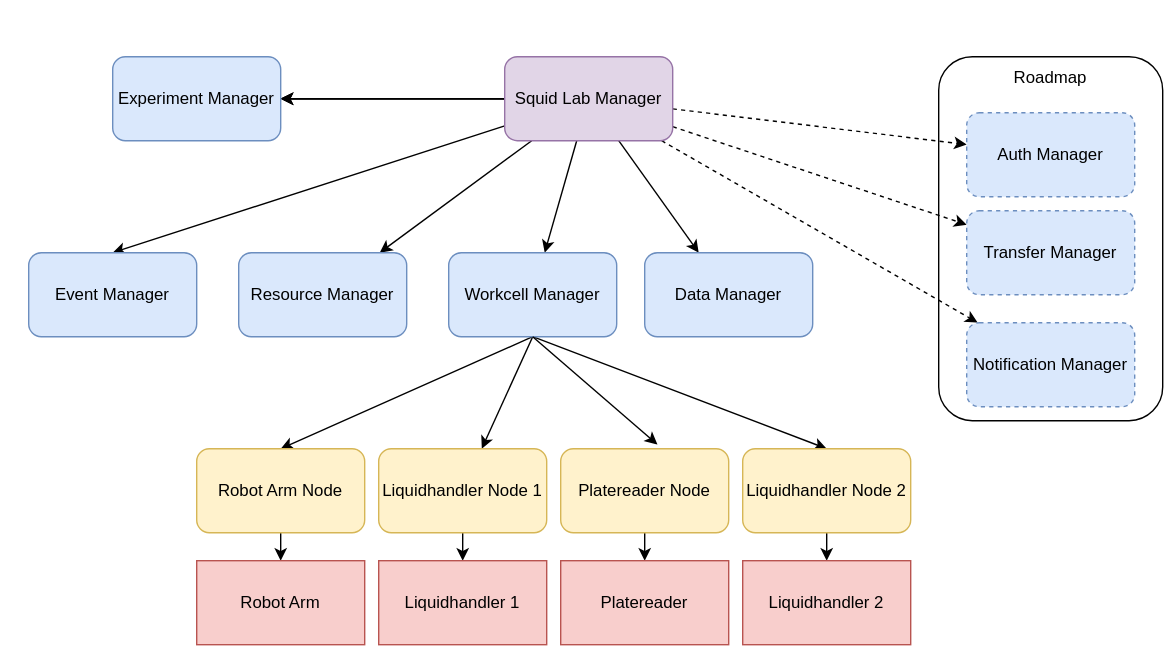
Earlier version of the draw.io export assets/drawio/madsci_architecture.drawio.svg (AD-SDL/MADSci). Source tidied: cells renumbered, new cells last; positions are measured from the earlier drawing's top-left corner, leaving out a move shared by most shapes.
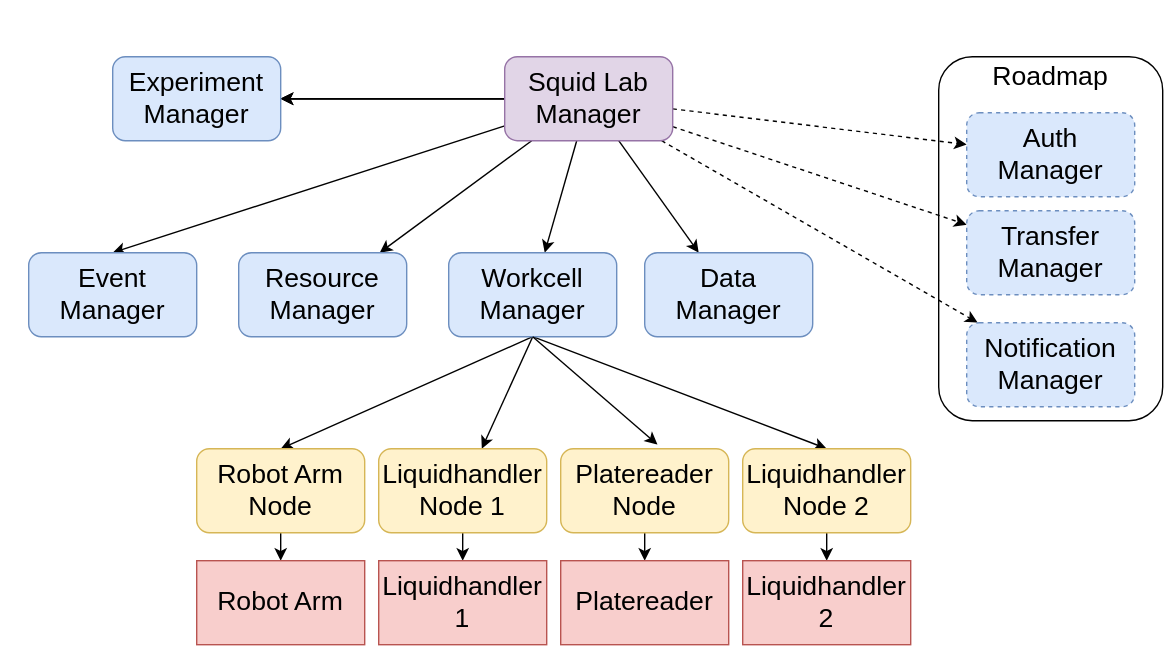
Above is the later version.

What changed in the source:
```diff
@@ -5,115 +5,115 @@
     <mxCell id="2" style="rounded=1;whiteSpace=wrap;html=1;strokeColor=none;" parent="1" vertex="1">
       <mxGeometry width="840" height="480" as="geometry" />
     </mxCell>
-    <mxCell id="3" style="rounded=1;whiteSpace=wrap;html=1;" parent="1" vertex="1">
+    <mxCell id="3" style="rounded=1;whiteSpace=wrap;html=1;fontSize=19;" parent="1" vertex="1">
       <mxGeometry x="670" y="40" width="160" height="260" as="geometry" />
     </mxCell>
-    <mxCell id="4" style="edgeStyle=none;html=1;" parent="1" edge="1" source="14" target="18">
+    <mxCell id="4" style="edgeStyle=none;html=1;fontSize=19;" parent="1" edge="1" source="14" target="18">
       <mxGeometry relative="1" as="geometry" />
     </mxCell>
-    <mxCell id="5" style="edgeStyle=none;html=1;" parent="1" edge="1" source="14" target="19">
+    <mxCell id="5" style="edgeStyle=none;html=1;fontSize=19;" parent="1" edge="1" source="14" target="19">
       <mxGeometry relative="1" as="geometry" />
     </mxCell>
-    <mxCell id="6" style="edgeStyle=none;html=1;" parent="1" edge="1" source="14" target="19">
+    <mxCell id="6" style="edgeStyle=none;html=1;fontSize=19;" parent="1" edge="1" source="14" target="19">
       <mxGeometry relative="1" as="geometry" />
     </mxCell>
-    <mxCell id="7" style="edgeStyle=none;html=1;" parent="1" edge="1" source="14" target="19">
+    <mxCell id="7" style="edgeStyle=none;html=1;fontSize=19;" parent="1" edge="1" source="14" target="19">
       <mxGeometry relative="1" as="geometry" />
     </mxCell>
-    <mxCell id="8" style="edgeStyle=none;html=1;" parent="1" edge="1" source="14" target="20">
+    <mxCell id="8" style="edgeStyle=none;html=1;fontSize=19;" parent="1" edge="1" source="14" target="20">
       <mxGeometry relative="1" as="geometry" />
     </mxCell>
-    <mxCell id="9" style="edgeStyle=none;html=1;entryX=0.5;entryY=0;entryDx=0;entryDy=0;" parent="1" edge="1" source="14" target="21">
+    <mxCell id="9" style="edgeStyle=none;html=1;entryX=0.5;entryY=0;entryDx=0;entryDy=0;fontSize=19;" parent="1" edge="1" source="14" target="21">
       <mxGeometry relative="1" as="geometry" />
     </mxCell>
-    <mxCell id="10" style="edgeStyle=none;html=1;dashed=1;" parent="1" edge="1" source="14" target="22">
+    <mxCell id="10" style="edgeStyle=none;html=1;dashed=1;fontSize=19;" parent="1" edge="1" source="14" target="22">
       <mxGeometry relative="1" as="geometry" />
     </mxCell>
-    <mxCell id="11" style="edgeStyle=none;html=1;dashed=1;" parent="1" edge="1" source="14" target="23">
+    <mxCell id="11" style="edgeStyle=none;html=1;dashed=1;fontSize=19;" parent="1" edge="1" source="14" target="23">
       <mxGeometry relative="1" as="geometry" />
     </mxCell>
-    <mxCell id="12" style="edgeStyle=none;html=1;dashed=1;" parent="1" edge="1" source="14" target="24">
+    <mxCell id="12" style="edgeStyle=none;html=1;dashed=1;fontSize=19;" parent="1" edge="1" source="14" target="24">
       <mxGeometry relative="1" as="geometry" />
     </mxCell>
-    <mxCell id="13" style="edgeStyle=none;html=1;" parent="1" edge="1" source="14" target="26">
+    <mxCell id="13" style="edgeStyle=none;html=1;fontSize=19;" parent="1" edge="1" source="14" target="26">
       <mxGeometry relative="1" as="geometry" />
     </mxCell>
-    <mxCell id="14" value="Squid Lab Manager" style="rounded=1;whiteSpace=wrap;html=1;fillColor=#e1d5e7;strokeColor=#9673a6;" parent="1" vertex="1">
+    <mxCell id="14" value="Squid Lab Manager" style="rounded=1;whiteSpace=wrap;html=1;fillColor=#e1d5e7;strokeColor=#9673a6;fontSize=19;" parent="1" vertex="1">
       <mxGeometry x="360" y="40" width="120" height="60" as="geometry" />
     </mxCell>
-    <mxCell id="15" style="edgeStyle=none;html=1;exitX=0.5;exitY=1;exitDx=0;exitDy=0;entryX=0.5;entryY=0;entryDx=0;entryDy=0;" parent="1" edge="1" source="18" target="28">
+    <mxCell id="15" style="edgeStyle=none;html=1;exitX=0.5;exitY=1;exitDx=0;exitDy=0;entryX=0.5;entryY=0;entryDx=0;entryDy=0;fontSize=19;" parent="1" edge="1" source="18" target="28">
       <mxGeometry relative="1" as="geometry" />
     </mxCell>
-    <mxCell id="16" style="edgeStyle=none;html=1;exitX=0.5;exitY=1;exitDx=0;exitDy=0;" parent="1" edge="1" source="18" target="30">
+    <mxCell id="16" style="edgeStyle=none;html=1;exitX=0.5;exitY=1;exitDx=0;exitDy=0;fontSize=19;" parent="1" edge="1" source="18" target="30">
       <mxGeometry relative="1" as="geometry" />
     </mxCell>
-    <mxCell id="17" style="edgeStyle=none;html=1;exitX=0.5;exitY=1;exitDx=0;exitDy=0;entryX=0.5;entryY=0;entryDx=0;entryDy=0;" parent="1" edge="1" source="18" target="34">
+    <mxCell id="17" style="edgeStyle=none;html=1;exitX=0.5;exitY=1;exitDx=0;exitDy=0;entryX=0.5;entryY=0;entryDx=0;entryDy=0;fontSize=19;" parent="1" edge="1" source="18" target="34">
       <mxGeometry relative="1" as="geometry" />
     </mxCell>
-    <mxCell id="18" value="Workcell Manager" style="whiteSpace=wrap;html=1;rounded=1;fillColor=#dae8fc;strokeColor=#6c8ebf;" parent="1" vertex="1">
+    <mxCell id="18" value="Workcell Manager" style="whiteSpace=wrap;html=1;rounded=1;fillColor=#dae8fc;strokeColor=#6c8ebf;fontSize=19;" parent="1" vertex="1">
       <mxGeometry x="320" y="180" width="120" height="60" as="geometry" />
     </mxCell>
-    <mxCell id="19" value="Experiment Manager" style="whiteSpace=wrap;html=1;rounded=1;fillColor=#dae8fc;strokeColor=#6c8ebf;" parent="1" vertex="1">
+    <mxCell id="19" value="Experiment Manager" style="whiteSpace=wrap;html=1;rounded=1;fillColor=#dae8fc;strokeColor=#6c8ebf;fontSize=19;" parent="1" vertex="1">
       <mxGeometry x="80" y="40" width="120" height="60" as="geometry" />
     </mxCell>
-    <mxCell id="20" value="Resource Manager" style="whiteSpace=wrap;html=1;rounded=1;fillColor=#dae8fc;strokeColor=#6c8ebf;" parent="1" vertex="1">
+    <mxCell id="20" value="Resource Manager" style="whiteSpace=wrap;html=1;rounded=1;fillColor=#dae8fc;strokeColor=#6c8ebf;fontSize=19;" parent="1" vertex="1">
       <mxGeometry x="170" y="180" width="120" height="60" as="geometry" />
     </mxCell>
-    <mxCell id="21" value="Event Manager" style="rounded=1;whiteSpace=wrap;html=1;fillColor=#dae8fc;strokeColor=#6c8ebf;" parent="1" vertex="1">
+    <mxCell id="21" value="Event Manager" style="rounded=1;whiteSpace=wrap;html=1;fillColor=#dae8fc;strokeColor=#6c8ebf;fontSize=19;" parent="1" vertex="1">
       <mxGeometry x="20" y="180" width="120" height="60" as="geometry" />
     </mxCell>
-    <mxCell id="22" value="Notification Manager" style="whiteSpace=wrap;html=1;rounded=1;dashed=1;fillColor=#dae8fc;strokeColor=#6c8ebf;" parent="1" vertex="1">
+    <mxCell id="22" value="Notification Manager" style="whiteSpace=wrap;html=1;rounded=1;dashed=1;fillColor=#dae8fc;strokeColor=#6c8ebf;fontSize=19;" parent="1" vertex="1">
       <mxGeometry x="690" y="230" width="120" height="60" as="geometry" />
     </mxCell>
-    <mxCell id="23" value="Transfer Manager" style="whiteSpace=wrap;html=1;rounded=1;dashed=1;fillColor=#dae8fc;strokeColor=#6c8ebf;" parent="1" vertex="1">
+    <mxCell id="23" value="Transfer Manager" style="whiteSpace=wrap;html=1;rounded=1;dashed=1;fillColor=#dae8fc;strokeColor=#6c8ebf;fontSize=19;" parent="1" vertex="1">
       <mxGeometry x="690" y="150" width="120" height="60" as="geometry" />
     </mxCell>
-    <mxCell id="24" value="Auth Manager" style="whiteSpace=wrap;html=1;rounded=1;dashed=1;fillColor=#dae8fc;strokeColor=#6c8ebf;" parent="1" vertex="1">
+    <mxCell id="24" value="Auth Manager" style="whiteSpace=wrap;html=1;rounded=1;dashed=1;fillColor=#dae8fc;strokeColor=#6c8ebf;fontSize=19;" parent="1" vertex="1">
       <mxGeometry x="690" y="80" width="120" height="60" as="geometry" />
     </mxCell>
-    <mxCell id="25" value="Roadmap" style="text;html=1;align=center;verticalAlign=middle;whiteSpace=wrap;rounded=0;" parent="1" vertex="1">
+    <mxCell id="25" value="Roadmap" style="text;html=1;align=center;verticalAlign=middle;whiteSpace=wrap;rounded=0;fontSize=19;" parent="1" vertex="1">
       <mxGeometry x="720" y="40" width="60" height="30" as="geometry" />
     </mxCell>
-    <mxCell id="26" value="Data Manager" style="whiteSpace=wrap;html=1;rounded=1;fillColor=#dae8fc;strokeColor=#6c8ebf;" parent="1" vertex="1">
+    <mxCell id="26" value="Data Manager" style="whiteSpace=wrap;html=1;rounded=1;fillColor=#dae8fc;strokeColor=#6c8ebf;fontSize=19;" parent="1" vertex="1">
       <mxGeometry x="460" y="180" width="120" height="60" as="geometry" />
     </mxCell>
-    <mxCell id="27" style="edgeStyle=none;html=1;" parent="1" edge="1" source="28" target="36">
+    <mxCell id="27" style="edgeStyle=none;html=1;fontSize=19;" parent="1" edge="1" source="28" target="36">
       <mxGeometry relative="1" as="geometry" />
     </mxCell>
-    <mxCell id="28" value="Robot Arm Node" style="rounded=1;whiteSpace=wrap;html=1;fillColor=#fff2cc;strokeColor=#d6b656;" parent="1" vertex="1">
+    <mxCell id="28" value="Robot Arm Node" style="rounded=1;whiteSpace=wrap;html=1;fillColor=#fff2cc;strokeColor=#d6b656;fontSize=19;" parent="1" vertex="1">
       <mxGeometry x="140" y="320" width="120" height="60" as="geometry" />
     </mxCell>
-    <mxCell id="29" style="edgeStyle=none;html=1;" parent="1" edge="1" source="30" target="37">
+    <mxCell id="29" style="edgeStyle=none;html=1;fontSize=19;" parent="1" edge="1" source="30" target="37">
       <mxGeometry relative="1" as="geometry" />
     </mxCell>
-    <mxCell id="30" value="Liquidhandler Node 1" style="rounded=1;whiteSpace=wrap;html=1;fillColor=#fff2cc;strokeColor=#d6b656;" parent="1" vertex="1">
+    <mxCell id="30" value="Liquidhandler Node 1" style="rounded=1;whiteSpace=wrap;html=1;fillColor=#fff2cc;strokeColor=#d6b656;fontSize=19;" parent="1" vertex="1">
       <mxGeometry x="270" y="320" width="120" height="60" as="geometry" />
     </mxCell>
-    <mxCell id="31" style="edgeStyle=none;html=1;" parent="1" edge="1" source="32" target="38">
+    <mxCell id="31" style="edgeStyle=none;html=1;fontSize=19;" parent="1" edge="1" source="32" target="38">
       <mxGeometry relative="1" as="geometry" />
     </mxCell>
-    <mxCell id="32" value="Platereader Node" style="rounded=1;whiteSpace=wrap;html=1;fillColor=#fff2cc;strokeColor=#d6b656;" parent="1" vertex="1">
+    <mxCell id="32" value="Platereader Node" style="rounded=1;whiteSpace=wrap;html=1;fillColor=#fff2cc;strokeColor=#d6b656;fontSize=19;" parent="1" vertex="1">
       <mxGeometry x="400" y="320" width="120" height="60" as="geometry" />
     </mxCell>
-    <mxCell id="33" style="edgeStyle=none;html=1;" parent="1" edge="1" source="34" target="39">
+    <mxCell id="33" style="edgeStyle=none;html=1;fontSize=19;" parent="1" edge="1" source="34" target="39">
       <mxGeometry relative="1" as="geometry" />
     </mxCell>
-    <mxCell id="34" value="Liquidhandler Node 2" style="rounded=1;whiteSpace=wrap;html=1;fillColor=#fff2cc;strokeColor=#d6b656;" parent="1" vertex="1">
+    <mxCell id="34" value="Liquidhandler Node 2" style="rounded=1;whiteSpace=wrap;html=1;fillColor=#fff2cc;strokeColor=#d6b656;fontSize=19;" parent="1" vertex="1">
       <mxGeometry x="530" y="320" width="120" height="60" as="geometry" />
     </mxCell>
-    <mxCell id="35" style="edgeStyle=none;html=1;exitX=0.5;exitY=1;exitDx=0;exitDy=0;entryX=0.576;entryY=-0.05;entryDx=0;entryDy=0;entryPerimeter=0;" parent="1" edge="1" source="18" target="32">
+    <mxCell id="35" style="edgeStyle=none;html=1;exitX=0.5;exitY=1;exitDx=0;exitDy=0;entryX=0.576;entryY=-0.05;entryDx=0;entryDy=0;entryPerimeter=0;fontSize=19;" parent="1" edge="1" source="18" target="32">
       <mxGeometry relative="1" as="geometry" />
     </mxCell>
-    <mxCell id="36" value="Robot Arm" style="rounded=0;whiteSpace=wrap;html=1;fillColor=#f8cecc;strokeColor=#b85450;" parent="1" vertex="1">
+    <mxCell id="36" value="Robot Arm" style="rounded=0;whiteSpace=wrap;html=1;fillColor=#f8cecc;strokeColor=#b85450;fontSize=19;" parent="1" vertex="1">
       <mxGeometry x="140" y="400" width="120" height="60" as="geometry" />
     </mxCell>
-    <mxCell id="37" value="Liquidhandler 1" style="rounded=0;whiteSpace=wrap;html=1;fillColor=#f8cecc;strokeColor=#b85450;" parent="1" vertex="1">
+    <mxCell id="37" value="Liquidhandler 1" style="rounded=0;whiteSpace=wrap;html=1;fillColor=#f8cecc;strokeColor=#b85450;fontSize=19;" parent="1" vertex="1">
       <mxGeometry x="270" y="400" width="120" height="60" as="geometry" />
     </mxCell>
-    <mxCell id="38" value="Platereader" style="rounded=0;whiteSpace=wrap;html=1;fillColor=#f8cecc;strokeColor=#b85450;" parent="1" vertex="1">
+    <mxCell id="38" value="Platereader" style="rounded=0;whiteSpace=wrap;html=1;fillColor=#f8cecc;strokeColor=#b85450;fontSize=19;" parent="1" vertex="1">
       <mxGeometry x="400" y="400" width="120" height="60" as="geometry" />
     </mxCell>
-    <mxCell id="39" value="Liquidhandler 2" style="rounded=0;whiteSpace=wrap;html=1;fillColor=#f8cecc;strokeColor=#b85450;" parent="1" vertex="1">
+    <mxCell id="39" value="Liquidhandler 2" style="rounded=0;whiteSpace=wrap;html=1;fillColor=#f8cecc;strokeColor=#b85450;fontSize=19;" parent="1" vertex="1">
       <mxGeometry x="530" y="400" width="120" height="60" as="geometry" />
     </mxCell>
   </root>
```
